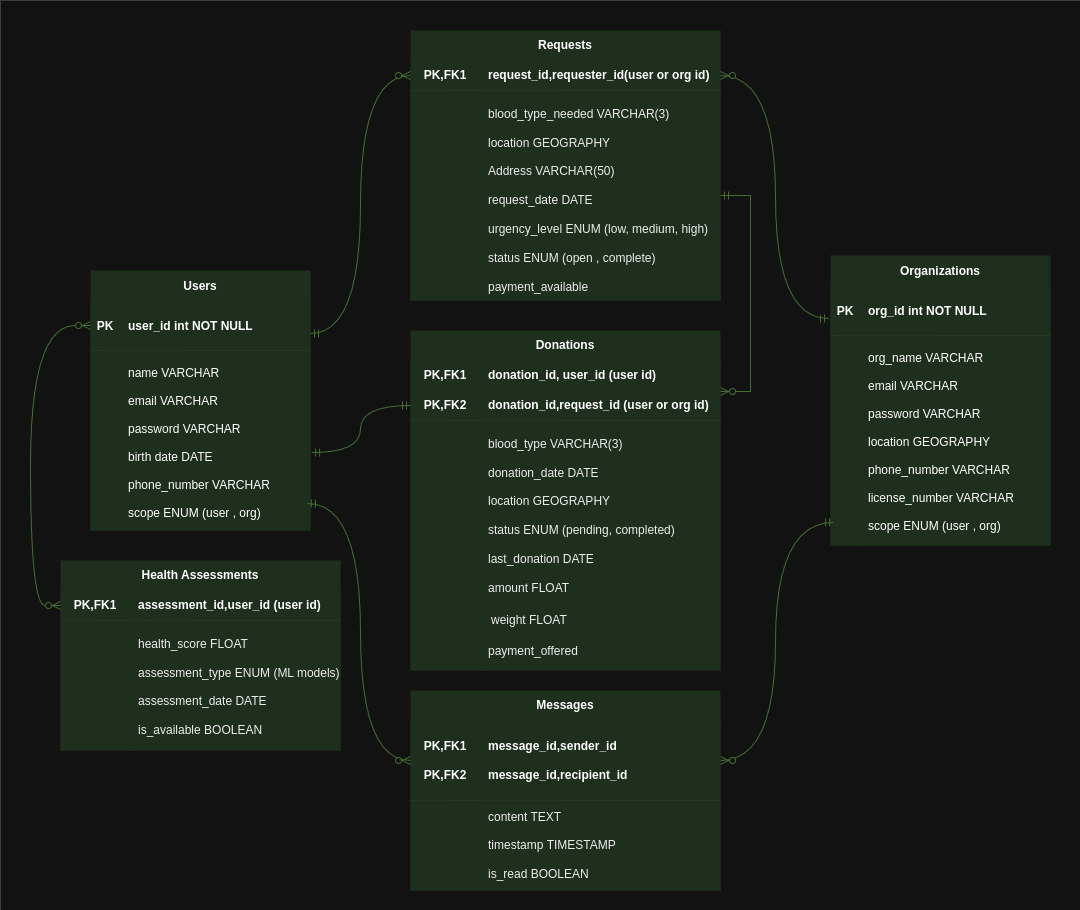
The draw.io diagram ERD.png in Abdelrahman-Magdii/Nuqta, before a commit. Source tidied: cells renumbered, new cells last; positions are measured from the earlier drawing's top-left corner, leaving out a move shared by most shapes.
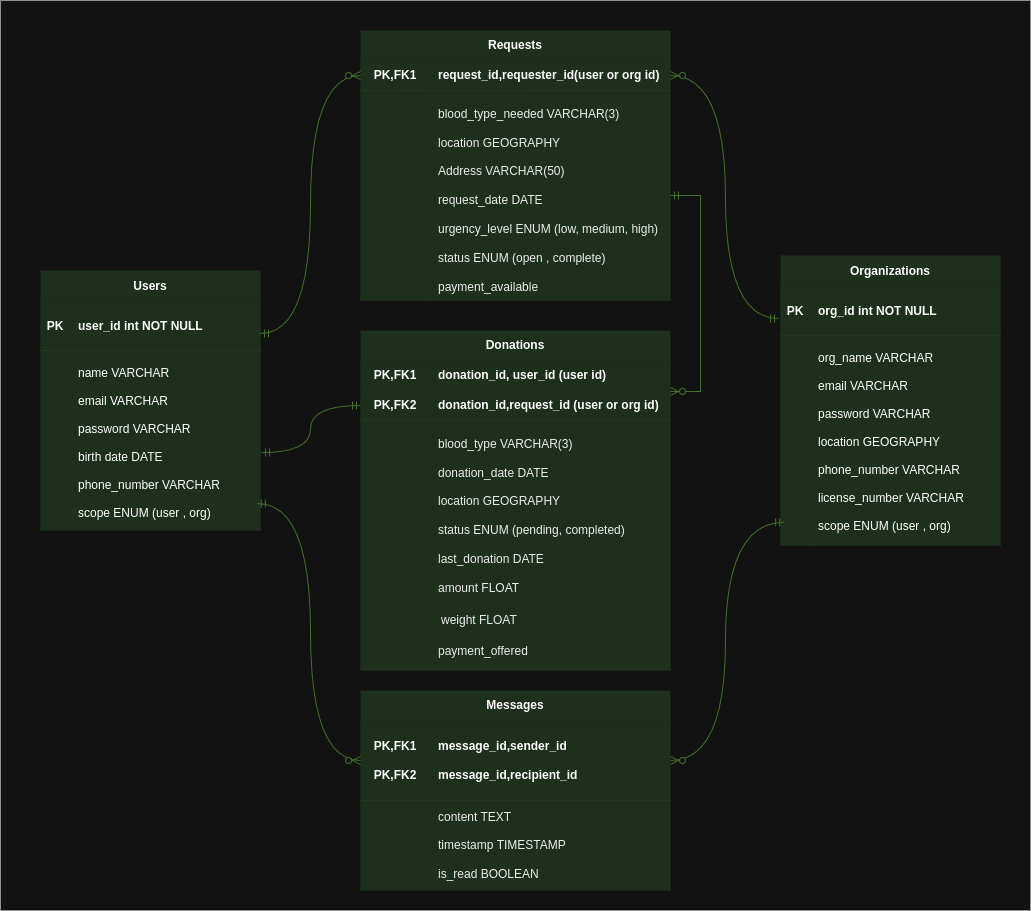
Above is the later version.

Commit message:
Handle update user for confirm Donate

Diff of the diagram source:
```diff
@@ -3,7 +3,7 @@
     <mxCell id="0" />
     <mxCell id="1" parent="0" />
     <mxCell id="2" style="rounded=0;whiteSpace=wrap;html=1;labelBorderColor=none;textShadow=0;strokeWidth=0;fontColor=#000000;" parent="1" vertex="1">
-      <mxGeometry width="1080" height="910" as="geometry" />
+      <mxGeometry x="50" width="1030" height="910" as="geometry" />
     </mxCell>
     <mxCell id="3" value="Users" style="shape=table;startSize=30;rowLines=0;fontStyle=1;align=center;fillColor=#d5e8d4;strokeColor=#82b366;strokeWidth=0;" parent="1" vertex="1">
       <mxGeometry x="90" y="270" width="220" height="260" as="geometry" />
@@ -98,27 +98,6 @@
     <mxCell id="33" value="&lt;div&gt;&lt;font style=&quot;color: rgb(0, 0, 0);&quot;&gt;&lt;br&gt;&lt;/font&gt;&lt;/div&gt;&lt;div&gt;&lt;font style=&quot;color: rgb(0, 0, 0);&quot;&gt;&lt;span style=&quot;background-color: initial;&quot;&gt;blood_type_needed VARCHAR(3)&lt;/span&gt;&lt;br&gt;&lt;/font&gt;&lt;/div&gt;&lt;div&gt;&lt;font style=&quot;color: rgb(0, 0, 0);&quot;&gt;&lt;br&gt;&lt;/font&gt;&lt;/div&gt;&lt;div&gt;&lt;font style=&quot;color: rgb(0, 0, 0);&quot;&gt;location&amp;nbsp;GEOGRAPHY&lt;/font&gt;&lt;/div&gt;&lt;div&gt;&lt;font style=&quot;color: rgb(0, 0, 0);&quot;&gt;&lt;br&gt;&lt;/font&gt;&lt;/div&gt;&lt;div&gt;&lt;font style=&quot;color: rgb(0, 0, 0);&quot;&gt;Address VARCHAR(50)&lt;br&gt;&lt;/font&gt;&lt;div&gt;&lt;font style=&quot;color: rgb(0, 0, 0);&quot;&gt;&lt;br&gt;&lt;/font&gt;&lt;/div&gt;&lt;div&gt;&lt;font style=&quot;color: rgb(0, 0, 0);&quot;&gt;request_date DATE&amp;nbsp;&lt;/font&gt;&lt;/div&gt;&lt;div&gt;&lt;font style=&quot;color: rgb(0, 0, 0);&quot;&gt;&lt;br&gt;&lt;/font&gt;&lt;/div&gt;&lt;div&gt;&lt;div&gt;&lt;font style=&quot;color: rgb(0, 0, 0);&quot;&gt;urgency_level ENUM (low, medium, high)&lt;/font&gt;&lt;/div&gt;&lt;div&gt;&lt;font style=&quot;color: rgb(0, 0, 0);&quot;&gt;&lt;br&gt;&lt;/font&gt;&lt;/div&gt;&lt;div&gt;&lt;font style=&quot;color: rgb(0, 0, 0);&quot;&gt;status ENUM (open , complete)&lt;br&gt;&lt;/font&gt;&lt;/div&gt;&lt;div&gt;&lt;font style=&quot;color: rgb(0, 0, 0);&quot;&gt;&lt;br&gt;&lt;/font&gt;&lt;/div&gt;&lt;div&gt;&lt;font style=&quot;color: rgb(0, 0, 0);&quot;&gt;payment_available&lt;/font&gt;&lt;/div&gt;&lt;div&gt;&lt;/div&gt;&lt;div&gt;&lt;br&gt;&lt;/div&gt;&lt;/div&gt;&lt;/div&gt;" style="shape=partialRectangle;fillColor=#d5e8d4;top=0;left=0;bottom=0;right=0;align=left;spacingLeft=6;overflow=hidden;html=1;whiteSpace=wrap;strokeColor=#82b366;strokeWidth=1;" parent="31" vertex="1">
       <mxGeometry x="70" width="240" height="210" as="geometry" />
     </mxCell>
-    <mxCell id="34" value="Health Assessments" style="shape=table;startSize=30;rowLines=0;fontStyle=1;align=center;html=1;whiteSpace=wrap;fillColor=#d5e8d4;strokeColor=#82b366;strokeWidth=0;" parent="1" vertex="1">
-      <mxGeometry x="60" y="560" width="280" height="190" as="geometry" />
-    </mxCell>
-    <mxCell id="35" style="shape=tableRow;horizontal=0;startSize=0;swimlaneHead=0;swimlaneBody=0;fillColor=#d5e8d4;points=[[0,0.5],[1,0.5]];portConstraint=eastwest;top=0;left=0;right=0;bottom=1;html=1;strokeColor=#82b366;strokeWidth=1;" parent="34" vertex="1">
-      <mxGeometry y="30" width="280" height="30" as="geometry" />
-    </mxCell>
-    <mxCell id="36" value="PK,FK1" style="shape=partialRectangle;fillColor=#d5e8d4;top=0;left=0;bottom=0;right=0;fontStyle=1;overflow=hidden;html=1;whiteSpace=wrap;strokeColor=#82b366;strokeWidth=1;" parent="35" vertex="1">
-      <mxGeometry width="70" height="30" as="geometry" />
-    </mxCell>
-    <mxCell id="37" value="assessment_id,user_id (user id)&amp;nbsp;" style="shape=partialRectangle;fillColor=#d5e8d4;top=0;left=0;bottom=0;right=0;align=left;spacingLeft=6;fontStyle=1;overflow=hidden;html=1;whiteSpace=wrap;strokeColor=#82b366;strokeWidth=1;" parent="35" vertex="1">
-      <mxGeometry x="70" width="210" height="30" as="geometry" />
-    </mxCell>
-    <mxCell id="38" style="shape=tableRow;horizontal=0;startSize=0;swimlaneHead=0;swimlaneBody=0;fillColor=#d5e8d4;top=0;left=0;right=0;bottom=0;html=1;strokeColor=#82b366;strokeWidth=1;" parent="34" vertex="1">
-      <mxGeometry y="60" width="280" height="130" as="geometry" />
-    </mxCell>
-    <mxCell id="39" style="shape=partialRectangle;fillColor=#d5e8d4;top=0;left=0;bottom=0;right=0;overflow=hidden;html=1;whiteSpace=wrap;strokeColor=#82b366;strokeWidth=1;" parent="38" vertex="1">
-      <mxGeometry width="70" height="130" as="geometry" />
-    </mxCell>
-    <mxCell id="40" value="&lt;div&gt;&lt;font style=&quot;color: rgb(0, 0, 0);&quot;&gt;&lt;br&gt;&lt;/font&gt;&lt;/div&gt;&lt;div&gt;&lt;font style=&quot;color: rgb(0, 0, 0);&quot;&gt;&lt;span style=&quot;background-color: initial;&quot;&gt;health_score&lt;/span&gt;&lt;span style=&quot;background-color: initial;&quot;&gt;&amp;nbsp;FLOAT&lt;/span&gt;&lt;br&gt;&lt;/font&gt;&lt;/div&gt;&lt;div&gt;&lt;font style=&quot;color: rgb(0, 0, 0);&quot;&gt;&lt;br&gt;&lt;/font&gt;&lt;/div&gt;&lt;div&gt;&lt;font style=&quot;color: rgb(0, 0, 0);&quot;&gt;assessment_type ENUM (ML models)&lt;br&gt;&lt;/font&gt;&lt;/div&gt;&lt;div&gt;&lt;font style=&quot;color: rgb(0, 0, 0);&quot;&gt;&lt;br&gt;&lt;/font&gt;&lt;/div&gt;&lt;div&gt;&lt;div&gt;&lt;font style=&quot;color: rgb(0, 0, 0);&quot;&gt;assessment_date&amp;nbsp;DATE&amp;nbsp;&lt;/font&gt;&lt;/div&gt;&lt;div&gt;&lt;font style=&quot;color: rgb(0, 0, 0);&quot;&gt;&lt;br&gt;&lt;/font&gt;&lt;/div&gt;&lt;div&gt;&lt;div&gt;&lt;font style=&quot;color: rgb(0, 0, 0);&quot;&gt;is_available BOOLEAN&lt;/font&gt;&lt;/div&gt;&lt;div&gt;&lt;table&gt;&lt;tbody&gt;&lt;tr&gt;&lt;/tr&gt;&lt;/tbody&gt;&lt;/table&gt;&lt;/div&gt;&lt;div&gt;&lt;br&gt;&lt;/div&gt;&lt;/div&gt;&lt;/div&gt;" style="shape=partialRectangle;fillColor=#d5e8d4;top=0;left=0;bottom=0;right=0;align=left;spacingLeft=6;overflow=hidden;html=1;whiteSpace=wrap;strokeColor=#82b366;strokeWidth=1;" parent="38" vertex="1">
-      <mxGeometry x="70" width="210" height="130" as="geometry" />
-    </mxCell>
     <mxCell id="41" style="edgeStyle=orthogonalEdgeStyle;fontSize=12;html=1;endArrow=ERzeroToMany;startArrow=ERmandOne;rounded=0;entryX=0;entryY=0.5;entryDx=0;entryDy=0;exitX=1;exitY=0.66;exitDx=0;exitDy=0;exitPerimeter=0;fillColor=#d5e8d4;strokeColor=#82b366;strokeWidth=1;curved=1;" parent="1" edge="1" source="4" target="28">
       <mxGeometry relative="1" as="geometry" />
     </mxCell>
@@ -131,14 +110,6 @@
     <mxCell id="44" style="edgeStyle=orthogonalEdgeStyle;fontSize=12;html=1;endArrow=ERzeroToMany;startArrow=ERmandOne;rounded=0;entryX=1;entryY=0.5;entryDx=0;entryDy=0;exitX=-0.009;exitY=0.66;exitDx=0;exitDy=0;exitPerimeter=0;fillColor=#d5e8d4;strokeColor=#82b366;strokeWidth=1;curved=1;" parent="1" edge="1" source="11" target="28">
       <mxGeometry relative="1" as="geometry" />
     </mxCell>
-    <mxCell id="45" style="edgeStyle=orthogonalEdgeStyle;fontSize=12;html=1;endArrow=ERzeroToMany;startArrow=ERzeroToMany;rounded=0;fillColor=#d5e8d4;strokeColor=#82b366;curved=1;entryX=0;entryY=0.5;entryDx=0;entryDy=0;exitX=0;exitY=0.5;exitDx=0;exitDy=0;endFill=0;startFill=0;strokeWidth=1;" parent="1" edge="1" source="4" target="35">
-      <mxGeometry relative="1" as="geometry">
-        <Array as="points">
-          <mxPoint x="30" y="325" />
-          <mxPoint x="30" y="605" />
-        </Array>
-      </mxGeometry>
-    </mxCell>
     <mxCell id="46" value="Messages" style="shape=table;startSize=30;rowLines=0;fontStyle=1;align=center;html=1;whiteSpace=wrap;fillColor=#d5e8d4;strokeColor=#82b366;strokeWidth=0;" parent="1" vertex="1">
       <mxGeometry x="410" y="690" width="310" height="200" as="geometry" />
     </mxCell>
```
